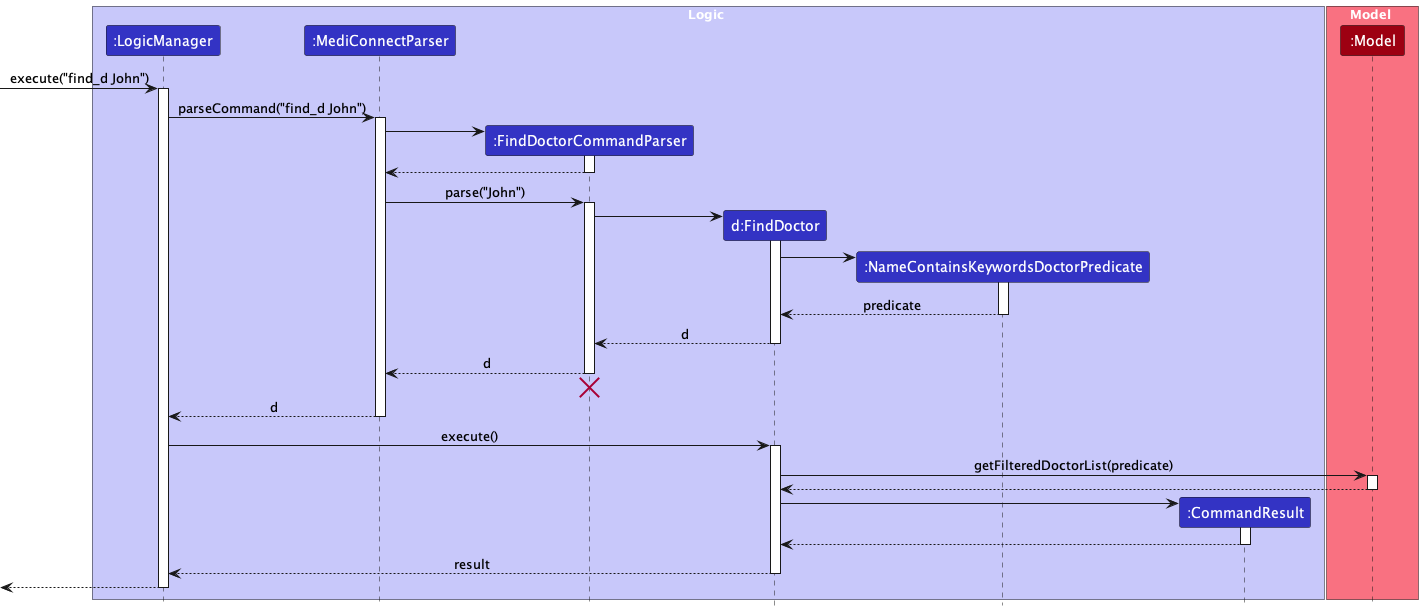
This is docs/images/FindDoctorSequence.png from yanghengtang/tp, a PlantUML export, as it was before one commit.
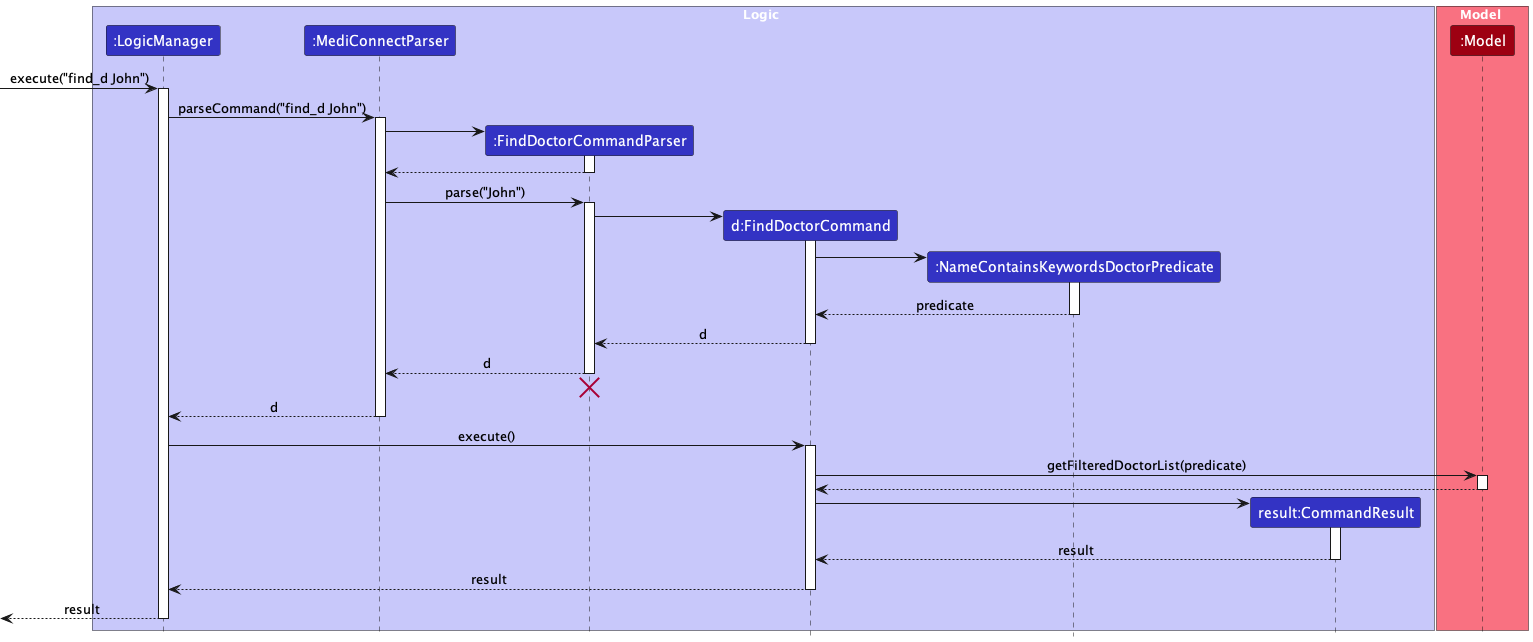
Later version of the same file.

Change to the diagram source:
```diff
@@ -6,9 +6,9 @@
 participant ":LogicManager" as LogicManager LOGIC_COLOR
 participant ":MediConnectParser" as MediConnectParser LOGIC_COLOR
 participant ":FindDoctorCommandParser" as FindDoctorCommandParser LOGIC_COLOR
-participant "d:FindDoctor" as FindDoctor LOGIC_COLOR
+participant "d:FindDoctorCommand" as FindDoctorCommand LOGIC_COLOR
 participant ":NameContainsKeywordsDoctorPredicate" as NameContainsKeywordsDoctorPredicate LOGIC_COLOR
-participant ":CommandResult" as CommandResult LOGIC_COLOR
+participant "result:CommandResult" as CommandResult LOGIC_COLOR
 end box
 
 box Model MODEL_COLOR_T1
@@ -32,19 +32,19 @@
 MediConnectParser -> FindDoctorCommandParser : parse("John")
 activate FindDoctorCommandParser
 
-create FindDoctor
-FindDoctorCommandParser -> FindDoctor :
-activate FindDoctor
+create FindDoctorCommand
+FindDoctorCommandParser -> FindDoctorCommand :
+activate FindDoctorCommand
 
 create NameContainsKeywordsDoctorPredicate
-FindDoctor -> NameContainsKeywordsDoctorPredicate
+FindDoctorCommand -> NameContainsKeywordsDoctorPredicate
 activate NameContainsKeywordsDoctorPredicate
-NameContainsKeywordsDoctorPredicate --> FindDoctor : predicate
+NameContainsKeywordsDoctorPredicate --> FindDoctorCommand : predicate
 deactivate NameContainsKeywordsDoctorPredicate
 
 
-FindDoctor --> FindDoctorCommandParser : d
-deactivate FindDoctor
+FindDoctorCommand --> FindDoctorCommandParser : d
+deactivate FindDoctorCommand
 
 FindDoctorCommandParser --> MediConnectParser : d
 deactivate FindDoctorCommandParser
@@ -54,25 +54,25 @@
 MediConnectParser --> LogicManager : d
 deactivate MediConnectParser
 
-LogicManager -> FindDoctor : execute()
-activate FindDoctor
+LogicManager -> FindDoctorCommand : execute()
+activate FindDoctorCommand
 
-FindDoctor -> Model : getFilteredDoctorList(predicate)
+FindDoctorCommand -> Model : getFilteredDoctorList(predicate)
 activate Model
 
-Model --> FindDoctor
+Model --> FindDoctorCommand
 deactivate Model
 
 create CommandResult
-FindDoctor -> CommandResult
+FindDoctorCommand -> CommandResult
 activate CommandResult
 
-CommandResult --> FindDoctor
+CommandResult --> FindDoctorCommand : result
 deactivate CommandResult
 
-FindDoctor --> LogicManager : result
-deactivate FindDoctor
+FindDoctorCommand --> LogicManager : result
+deactivate FindDoctorCommand
 
-[<--LogicManager
+[<--LogicManager : result
 deactivate LogicManager
 @enduml
```
